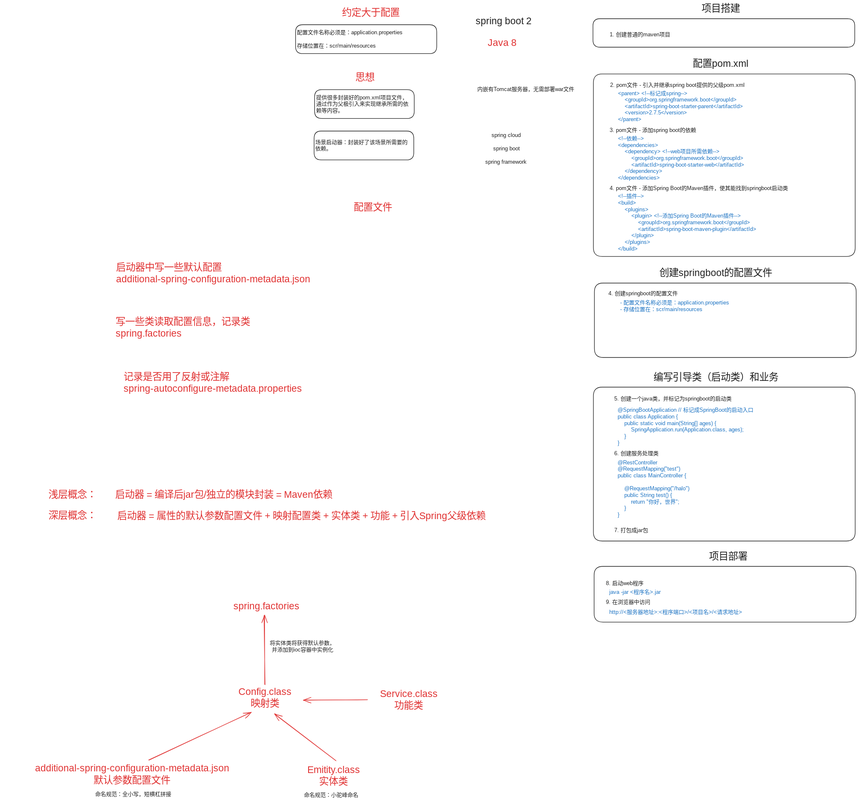
Earlier version of the Excalidraw export assets/image/Diary/类库依赖-Maven/SpringBoot2/Summary.excalidraw.svg (MagicTable/magictable.github.io). Source tidied: one line per element, renumbered; positions are measured from the earlier drawing's top-left corner, leaving out a move shared by most shapes.
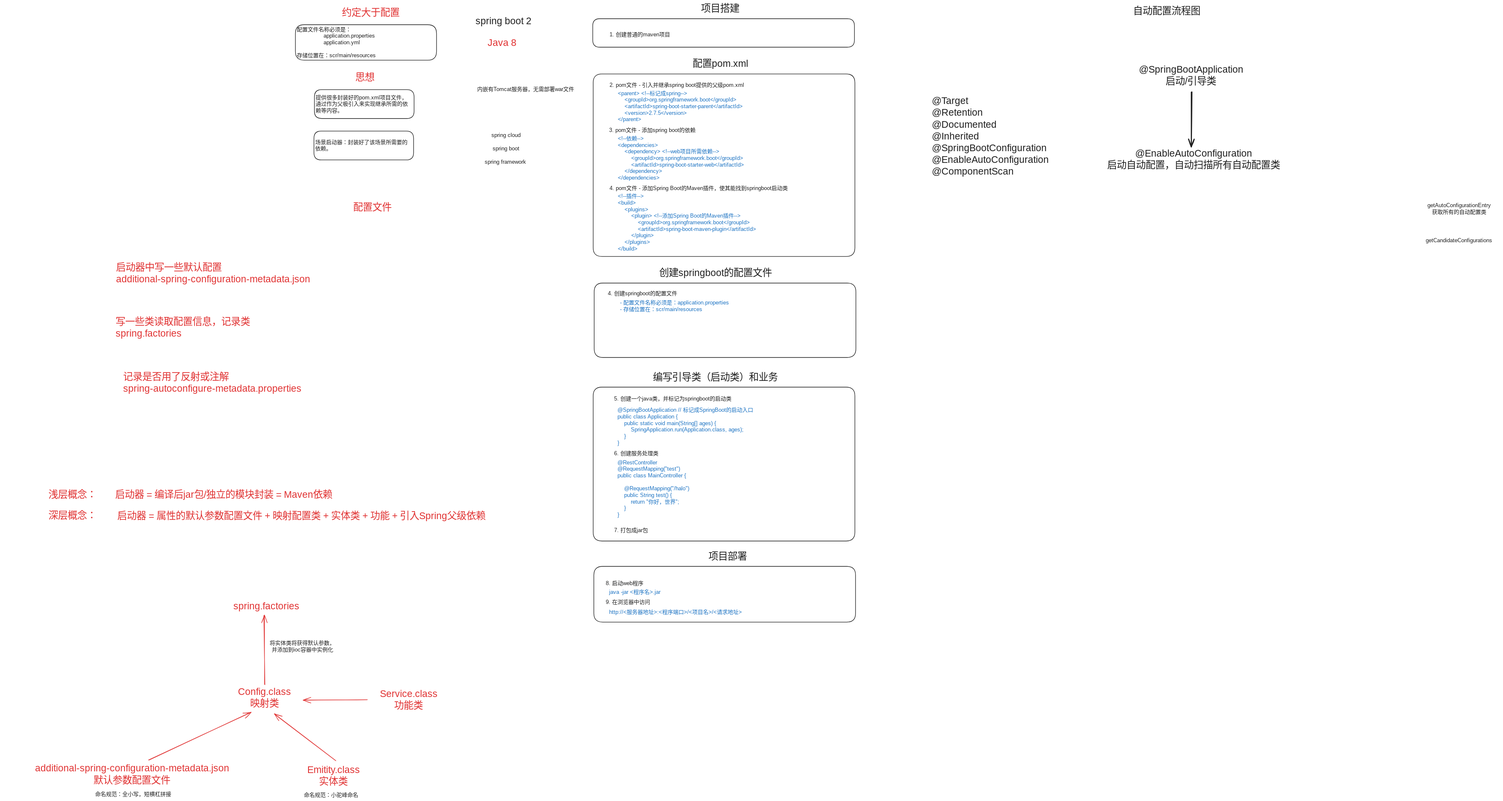
After the commit.

Diff of the diagram source:
```diff
@@ -25,8 +25,8 @@
 {"id": 24, "type": "text", "text": "4. pom文件 - 添加Spring Boot的Maven插件，使其能找到springboot启动类", "strokeColor": "#1e1e1e", "strokeWidth": 2, "roughness": 1, "fontSize": 20, "fontFamily": 3, "x": 2227, "y": 669, "width": 730, "height": 24}
 {"id": 25, "type": "text", "text": "<!--插件-->\n<build>\n    <plugins>\n        <plugin> <!--添加Spring Boot的Maven插件-->\n            <groupId>org.springframework.boot</groupId>\n            <artifactId>spring-boot-maven-plugin</artifactId>\n        </plugin>\n    </plugins>\n</build>", "strokeColor": "#1971c2", "strokeWidth": 2, "roughness": 1, "fontSize": 20, "fontFamily": 3, "x": 2258, "y": 699, "width": 715, "height": 216}
 {"id": 26, "type": "text", "text": "7. 打包成jar包", "strokeColor": "#1e1e1e", "strokeWidth": 2, "roughness": 1, "fontSize": 20, "fontFamily": 3, "x": 2243, "y": 1924, "width": 150, "height": 24}
-{"id": 27, "type": "rectangle", "strokeColor": "#1e1e1e", "strokeWidth": 2, "roughness": 0, "round": true, "x": 1074, "y": 81, "width": 518, "height": 106}
+{"id": 27, "type": "rectangle", "strokeColor": "#1e1e1e", "strokeWidth": 2, "roughness": 0, "round": true, "x": 1074, "y": 81, "width": 518, "height": 130}
-{"id": 28, "type": "text", "text": "配置文件名称必须是：application.properties\n\n存储位置在：scr/main/resources", "strokeColor": "#1e1e1e", "strokeWidth": 2, "roughness": 0, "fontSize": 20, "fontFamily": 3, "verticalAlign": "middle", "inside": 27, "x": 1079, "y": 98, "width": 458, "height": 72}
+{"id": 28, "type": "text", "text": "配置文件名称必须是：\n                application.properties\n                application.yml\n\n存储位置在：scr/main/resources", "strokeColor": "#1e1e1e", "strokeWidth": 2, "roughness": 0, "fontSize": 20, "fontFamily": 3, "verticalAlign": "middle", "inside": 27, "x": 1079, "y": 86, "width": 445, "height": 120}
 {"id": 29, "type": "rectangle", "strokeColor": "#1e1e1e", "strokeWidth": 2, "roughness": 0, "round": true, "x": 2167, "y": 261, "width": 960, "height": 670}
 {"id": 30, "type": "text", "text": "配置pom.xml", "strokeColor": "#1e1e1e", "strokeWidth": 2, "roughness": 1, "fontSize": 36, "fontFamily": 3, "x": 2532, "y": 203, "width": 220, "height": 43}
 {"id": 31, "type": "rectangle", "strokeColor": "#1e1e1e", "strokeWidth": 2, "roughness": 0, "round": true, "x": 2167, "y": 1410, "width": 960, "height": 565}
@@ -60,3 +60,10 @@
 {"id": 59, "type": "text", "text": "将实体类将获得默认参数，\n并添加到ioc容器中实例化", "strokeColor": "#1e1e1e", "strokeWidth": 2, "roughness": 1, "fontSize": 20, "fontFamily": 3, "textAlign": "center", "x": 979, "y": 2338, "width": 240, "height": 48}
 {"id": 60, "type": "text", "text": "Service.class\n功能类", "strokeColor": "#e03131", "strokeWidth": 2, "roughness": 1, "fontSize": 36, "fontFamily": 3, "textAlign": "center", "x": 1353, "y": 2515, "width": 274, "height": 86}
 {"id": 61, "type": "arrow", "strokeColor": "#e03131", "strokeWidth": 2, "roughness": 1, "endArrowhead": "arrow", "round": true, "from": 60, "to": 50, "x": 1338, "y": 2558, "width": 235, "height": 2, "points": [[0, 0], [-235, 2]]}
+{"id": 62, "type": "text", "text": "自动配置流程图", "strokeColor": "#1e1e1e", "strokeWidth": 2, "roughness": 1, "fontSize": 36, "fontFamily": 3, "x": 4148, "y": 10, "width": 252, "height": 43}
+{"id": 63, "type": "text", "text": "@SpringBootApplication\n启动/引导类", "strokeColor": "#1e1e1e", "strokeWidth": 2, "roughness": 1, "fontSize": 36, "fontFamily": 3, "textAlign": "center", "x": 4129, "y": 224, "width": 464, "height": 86}
+{"id": 64, "type": "text", "text": "@Target\n@Retention\n@Documented\n@Inherited\n@SpringBootConfiguration\n@EnableAutoConfiguration\n@ComponentScan", "strokeColor": "#1e1e1e", "strokeWidth": 2, "roughness": 1, "fontSize": 36, "fontFamily": 3, "x": 3410, "y": 340, "width": 506, "height": 302}
+{"id": 65, "type": "text", "text": "@EnableAutoConfiguration\n启动自动配置，自动扫描所有自动配置类", "strokeColor": "#1e1e1e", "strokeWidth": 2, "roughness": 1, "fontSize": 36, "fontFamily": 3, "textAlign": "center", "x": 4046, "y": 532, "width": 648, "height": 86}
+{"id": 66, "type": "arrow", "strokeColor": "#1e1e1e", "strokeWidth": 4, "roughness": 1, "endArrowhead": "arrow", "round": true, "from": 63, "to": 65, "x": 4363, "y": 328, "width": 1, "height": 200, "points": [[0, 0], [-1, 200]]}
+{"id": 67, "type": "text", "text": "getAutoConfigurationEntry\n获取所有的自动配置类", "strokeColor": "#1e1e1e", "strokeWidth": 2, "roughness": 1, "fontSize": 20, "fontFamily": 3, "textAlign": "center", "x": 5199, "y": 732, "width": 293, "height": 48}
+{"id": 68, "type": "text", "text": "getCandidateConfigurations", "strokeColor": "#1e1e1e", "strokeWidth": 2, "roughness": 1, "fontSize": 20, "fontFamily": 3, "textAlign": "center", "x": 5191, "y": 861, "width": 305, "height": 24}
```
